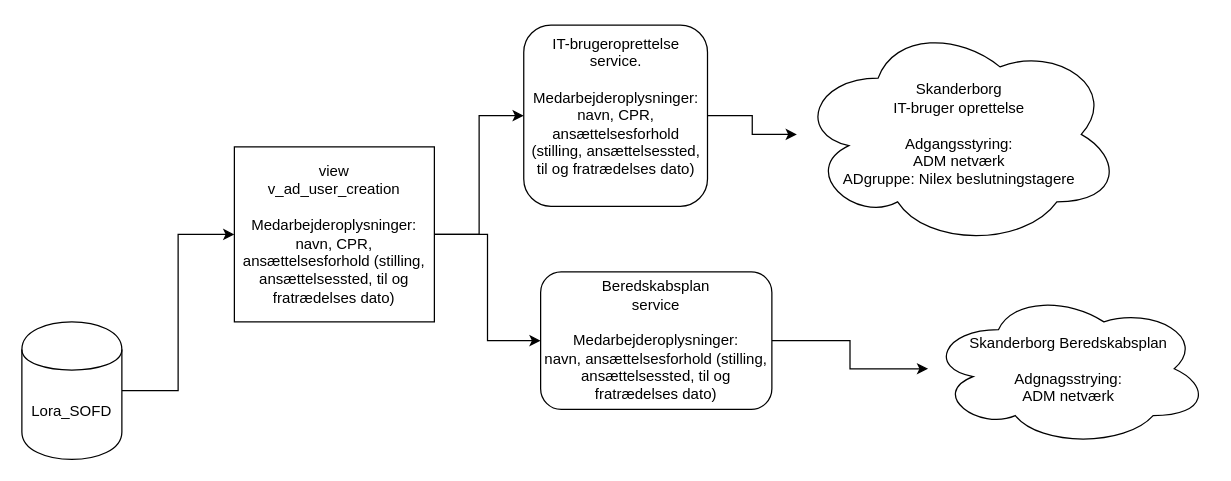
Skanderborg/SOFD keeps this draw.io diagram as LORA/dokumentation_af_datatræk/diagram_datatræk_full.drawio. Above is the earlier version. Source tidied: cells renumbered, new cells numbered last; positions are measured from the earlier drawing's top-left corner, leaving out a move shared by most shapes. Both pictures are drawn from the tidied source at 125%, with x=0, y=0 at pixel (21, 21).
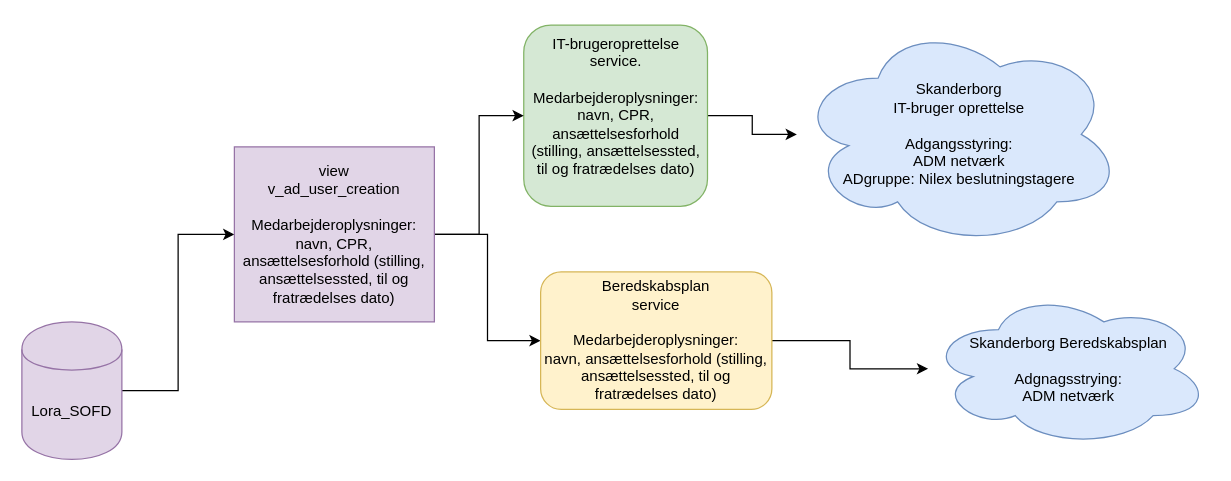
The same diagram, later.

The edit, as a diff of the source:
```diff
@@
 <mxGraphModel>
   <root>
     <mxCell id="0" />
     <mxCell id="1" parent="0" />
     <mxCell id="2" style="edgeStyle=orthogonalEdgeStyle;rounded=0;jettySize=auto;html=1;entryX=0;entryY=0.5;entryDx=0;entryDy=0;" parent="1" edge="1" source="3" target="9">
       <mxGeometry relative="1" as="geometry" />
     </mxCell>
-    <mxCell id="3" value="Lora_SOFD" style="shape=cylinder;whiteSpace=wrap;html=1;boundedLbl=1;backgroundOutline=1;" parent="1" vertex="1">
+    <mxCell id="3" value="Lora_SOFD" style="shape=cylinder;whiteSpace=wrap;html=1;boundedLbl=1;backgroundOutline=1;fillColor=#e1d5e7;strokeColor=#9673a6;" parent="1" vertex="1">
       <mxGeometry y="240" width="80" height="110" as="geometry" />
     </mxCell>
     <mxCell id="4" style="edgeStyle=orthogonalEdgeStyle;rounded=0;jettySize=auto;html=1;" parent="1" edge="1" source="5" target="6">
       <mxGeometry relative="1" as="geometry" />
     </mxCell>
-    <mxCell id="5" value="&lt;div&gt;IT-brugeroprettelse service.&lt;/div&gt;&lt;div&gt;&lt;br&gt;&lt;/div&gt;&lt;div&gt;&lt;div&gt;Medarbejderoplysninger:&lt;br&gt;&lt;/div&gt;navn, CPR, ansættelsesforhold (stilling, ansættelsessted, til og fratrædelses dato)&lt;/div&gt;&lt;div&gt;&lt;br&gt;&lt;/div&gt;" style="rounded=1;whiteSpace=wrap;html=1;" parent="1" vertex="1">
+    <mxCell id="5" value="&lt;div&gt;IT-brugeroprettelse service.&lt;/div&gt;&lt;div&gt;&lt;br&gt;&lt;/div&gt;&lt;div&gt;&lt;div&gt;Medarbejderoplysninger:&lt;br&gt;&lt;/div&gt;navn, CPR, ansættelsesforhold (stilling, ansættelsessted, til og fratrædelses dato)&lt;/div&gt;&lt;div&gt;&lt;br&gt;&lt;/div&gt;" style="rounded=1;whiteSpace=wrap;html=1;fillColor=#d5e8d4;strokeColor=#82b366;" parent="1" vertex="1">
       <mxGeometry x="401.5" y="2.5" width="147" height="145" as="geometry" />
     </mxCell>
-    <mxCell id="6" value="&lt;div&gt;Skanderborg&lt;/div&gt;&lt;div&gt;IT-bruger oprettelse&lt;/div&gt;&lt;div&gt;&lt;br&gt;&lt;/div&gt;&lt;div&gt;Adgangsstyring:&lt;br&gt;&lt;/div&gt;&lt;div&gt;ADM netværk&lt;/div&gt;&lt;div&gt;ADgruppe: Nilex beslutningstagere&lt;br&gt;&lt;/div&gt;" style="ellipse;shape=cloud;whiteSpace=wrap;html=1;" parent="1" vertex="1">
+    <mxCell id="6" value="&lt;div&gt;Skanderborg&lt;/div&gt;&lt;div&gt;IT-bruger oprettelse&lt;/div&gt;&lt;div&gt;&lt;br&gt;&lt;/div&gt;&lt;div&gt;Adgangsstyring:&lt;br&gt;&lt;/div&gt;&lt;div&gt;ADM netværk&lt;/div&gt;&lt;div&gt;ADgruppe: Nilex beslutningstagere&lt;br&gt;&lt;/div&gt;" style="ellipse;shape=cloud;whiteSpace=wrap;html=1;fillColor=#dae8fc;strokeColor=#6c8ebf;" parent="1" vertex="1">
       <mxGeometry x="620" width="260" height="180" as="geometry" />
     </mxCell>
     <mxCell id="7" style="edgeStyle=orthogonalEdgeStyle;rounded=0;jettySize=auto;html=1;entryX=0;entryY=0.5;entryDx=0;entryDy=0;" parent="1" edge="1" source="9" target="5">
       <mxGeometry relative="1" as="geometry" />
     </mxCell>
     <mxCell id="8" style="edgeStyle=orthogonalEdgeStyle;rounded=0;jettySize=auto;html=1;entryX=0;entryY=0.5;entryDx=0;entryDy=0;" parent="1" edge="1" source="9" target="11">
       <mxGeometry relative="1" as="geometry" />
     </mxCell>
-    <mxCell id="9" value="&lt;div&gt;view&lt;/div&gt;&lt;div&gt;v_ad_user_creation&lt;/div&gt;&lt;div&gt;&lt;br&gt;&lt;/div&gt;&lt;div&gt;&lt;div&gt;Medarbejderoplysninger:&lt;br&gt;&lt;/div&gt;navn, CPR, ansættelsesforhold (stilling, ansættelsessted, til og fratrædelses dato)&lt;/div&gt;" style="rounded=0;whiteSpace=wrap;html=1;" parent="1" vertex="1">
+    <mxCell id="9" value="&lt;div&gt;view&lt;/div&gt;&lt;div&gt;v_ad_user_creation&lt;/div&gt;&lt;div&gt;&lt;br&gt;&lt;/div&gt;&lt;div&gt;&lt;div&gt;Medarbejderoplysninger:&lt;br&gt;&lt;/div&gt;navn, CPR, ansættelsesforhold (stilling, ansættelsessted, til og fratrædelses dato)&lt;/div&gt;" style="rounded=0;whiteSpace=wrap;html=1;fillColor=#e1d5e7;strokeColor=#9673a6;" parent="1" vertex="1">
       <mxGeometry x="170" y="100" width="160" height="140" as="geometry" />
     </mxCell>
     <mxCell id="10" style="edgeStyle=orthogonalEdgeStyle;rounded=0;jettySize=auto;html=1;" parent="1" edge="1" source="11" target="12">
       <mxGeometry relative="1" as="geometry" />
     </mxCell>
-    <mxCell id="11" value="&lt;div&gt;Beredskabsplan&lt;/div&gt;&lt;div&gt;service&lt;/div&gt;&lt;div&gt;&lt;br&gt;&lt;/div&gt;&lt;div&gt;&lt;div&gt;Medarbejderoplysninger:&lt;br&gt;&lt;/div&gt;navn, ansættelsesforhold (stilling, ansættelsessted, til og fratrædelses dato)&lt;/div&gt;" style="rounded=1;whiteSpace=wrap;html=1;" parent="1" vertex="1">
+    <mxCell id="11" value="&lt;div&gt;Beredskabsplan&lt;/div&gt;&lt;div&gt;service&lt;/div&gt;&lt;div&gt;&lt;br&gt;&lt;/div&gt;&lt;div&gt;&lt;div&gt;Medarbejderoplysninger:&lt;br&gt;&lt;/div&gt;navn, ansættelsesforhold (stilling, ansættelsessted, til og fratrædelses dato)&lt;/div&gt;" style="rounded=1;whiteSpace=wrap;html=1;fillColor=#fff2cc;strokeColor=#d6b656;" parent="1" vertex="1">
       <mxGeometry x="415" y="200" width="185" height="110" as="geometry" />
     </mxCell>
-    <mxCell id="12" value="&lt;div&gt;Skanderborg Beredskabsplan&lt;/div&gt;&lt;div&gt;&lt;br&gt;&lt;/div&gt;&lt;div&gt;Adgnagsstrying:&lt;br&gt;&lt;/div&gt;&lt;div&gt;ADM netværk&lt;br&gt;&lt;/div&gt;" style="ellipse;shape=cloud;whiteSpace=wrap;html=1;rounded=1;" parent="1" vertex="1">
+    <mxCell id="12" value="&lt;div&gt;Skanderborg Beredskabsplan&lt;/div&gt;&lt;div&gt;&lt;br&gt;&lt;/div&gt;&lt;div&gt;Adgnagsstrying:&lt;br&gt;&lt;/div&gt;&lt;div&gt;ADM netværk&lt;br&gt;&lt;/div&gt;" style="ellipse;shape=cloud;whiteSpace=wrap;html=1;rounded=1;fillColor=#dae8fc;strokeColor=#6c8ebf;" parent="1" vertex="1">
       <mxGeometry x="725" y="215" width="225" height="125" as="geometry" />
     </mxCell>
   </root>
 </mxGraphModel>
```
